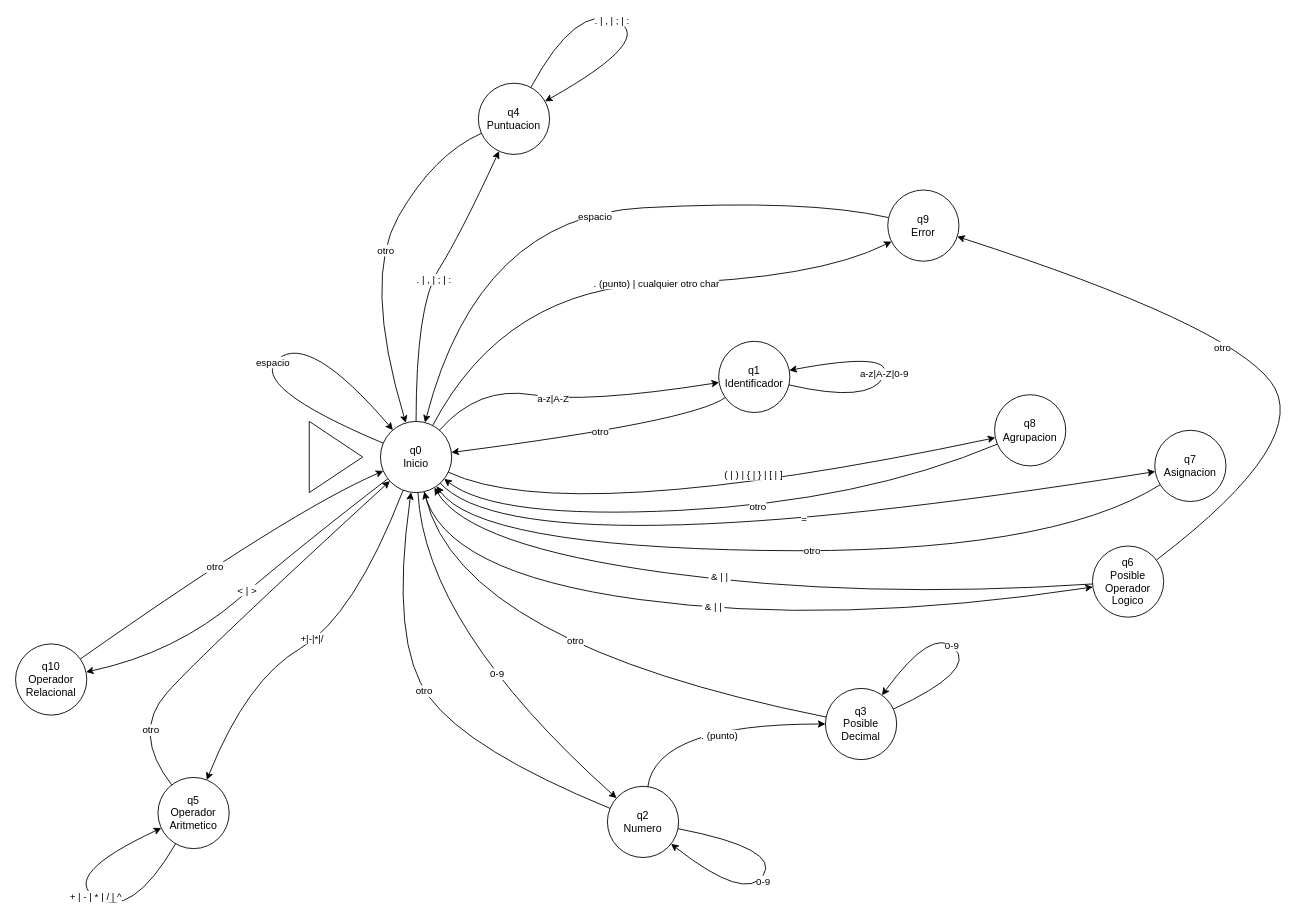
This is doc/automata.drawio from MynorDaniel/analizador-lexico-js, a draw.io file, before an edit. Source tidied: cells renumbered, new cells numbered last; positions are measured from the earlier drawing's top-left corner, leaving out a move shared by most shapes. Both pictures are drawn from the tidied source at 89%, with x=0, y=0 at pixel (15, 3).
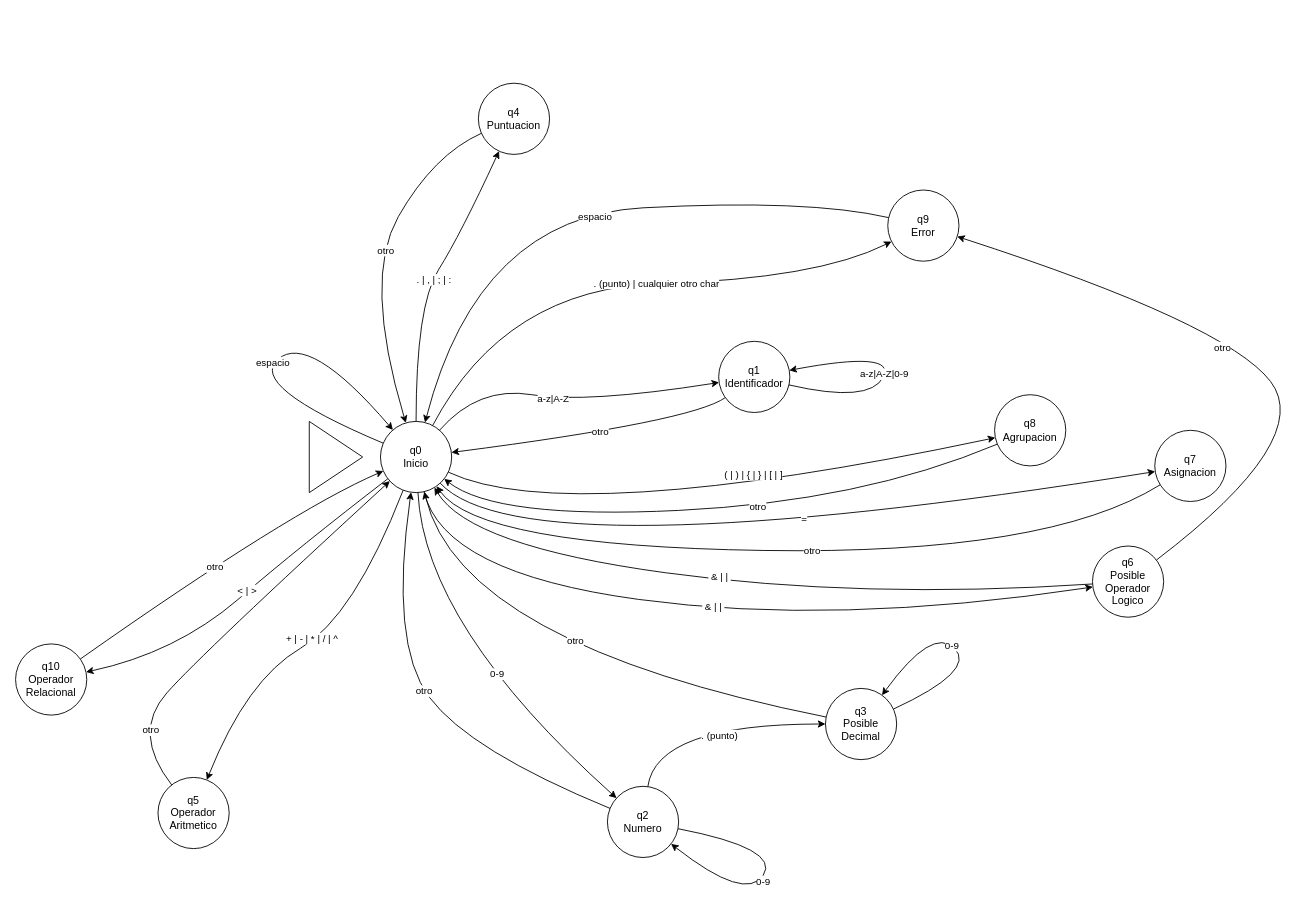
Above is the later version.

The change refers to these unchanged cells:
```xml
<mxCell id="5" value="q4&lt;div&gt;Puntuacion&lt;/div&gt;" style="ellipse;whiteSpace=wrap;html=1;" parent="1" vertex="1">
  <mxGeometry x="520" y="90" width="80" height="80" as="geometry" />
</mxCell>
<mxCell id="6" value="q5&lt;div&gt;Operador&lt;/div&gt;&lt;div&gt;Aritmetico&lt;/div&gt;" style="ellipse;whiteSpace=wrap;html=1;" parent="1" vertex="1">
  <mxGeometry x="160" y="870" width="80" height="80" as="geometry" />
</mxCell>
<mxCell id="19" style="curved=1;endArrow=classic;html=1;rounded=0;" parent="1" edge="1" source="11" target="6">
  <mxGeometry relative="1" as="geometry">
    <Array as="points">
      <mxPoint x="380" y="690" />
      <mxPoint x="260" y="760" />
    </Array>
  </mxGeometry>
</mxCell>
```

What changed in the source:
```diff
@@
-    <mxCell id="20" value="+|-|*|/" style="edgeLabel;html=1;align=center;verticalAlign=middle;" parent="19" vertex="1">
+    <mxCell id="20" value="+ | - | * | / | ^" style="edgeLabel;html=1;align=center;verticalAlign=middle;" parent="19" vertex="1">
       <mxGeometry x="-0.01" y="-3" relative="1" as="geometry">
         <mxPoint x="-1" as="offset" />
       </mxGeometry>
     </mxCell>
@@
-    <mxCell id="43" style="curved=1;endArrow=classic;html=1;rounded=0;" parent="1" edge="1" source="6" target="6">
-      <mxGeometry relative="1" as="geometry">
-        <Array as="points">
-          <mxPoint x="130" y="1030" />
-          <mxPoint x="50" y="980" />
-        </Array>
-      </mxGeometry>
-    </mxCell>
-    <mxCell id="44" value="+ | - | * | / | ^" style="edgeLabel;html=1;align=center;verticalAlign=middle;" parent="43" vertex="1">
-      <mxGeometry x="-0.08" y="-1" relative="1" as="geometry" />
-    </mxCell>
@@
-    <mxCell id="59" style="curved=1;endArrow=classic;html=1;rounded=0;" parent="1" edge="1" source="5" target="5">
-      <mxGeometry relative="1" as="geometry">
-        <Array as="points">
-          <mxPoint x="630" />
-          <mxPoint x="720" y="40" />
-        </Array>
-      </mxGeometry>
-    </mxCell>
-    <mxCell id="60" value=". | , | ; | :" style="edgeLabel;html=1;align=center;verticalAlign=middle;" parent="59" vertex="1">
-      <mxGeometry x="-0.13" y="-2" relative="1" as="geometry" />
-    </mxCell>
```
